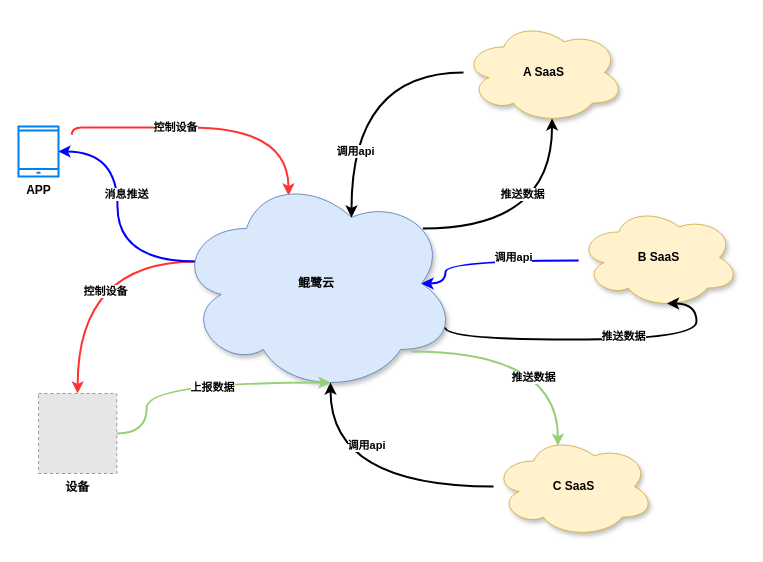
Above: cloud_open.drawio in jimmy0/chart (draw.io), before the change. Source tidied: cells renumbered, new cells numbered last; positions are measured from the earlier drawing's top-left corner, leaving out a move shared by most shapes. Both pictures are drawn from the tidied source at 100%, with x=0, y=0 at pixel (18, 21). Pictures stored in the file or linked from it are replaced by grey dashed boxes.
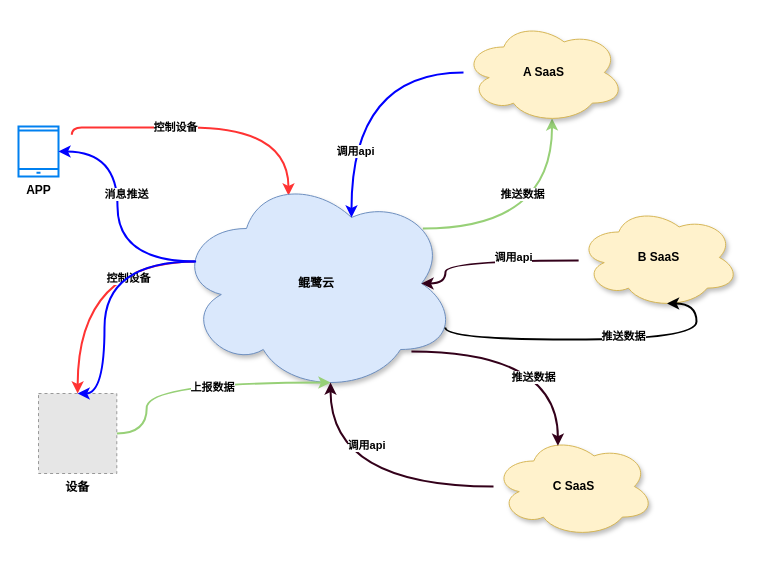
Above is the later version.

Unchanged cells that the change refers to:
```xml
<mxCell id="7" style="edgeStyle=orthogonalEdgeStyle;rounded=0;jettySize=auto;html=1;curved=1;entryX=0.5;entryY=0;entryDx=0;entryDy=0;fontStyle=1;exitX=0.07;exitY=0.4;exitDx=0;exitDy=0;exitPerimeter=0;strokeWidth=2;strokeColor=#FF3333;" parent="1" edge="1" source="11" target="17">
  <mxGeometry relative="1" as="geometry" />
</mxCell>
<mxCell id="11" value="鲲鹭云" style="ellipse;shape=cloud;whiteSpace=wrap;html=1;fillColor=#dae8fc;strokeColor=#6c8ebf;shadow=1;fontStyle=1;" parent="1" vertex="1">
  <mxGeometry x="158" y="152" width="280" height="220" as="geometry" />
</mxCell>
<mxCell id="14" value="A SaaS" style="ellipse;shape=cloud;whiteSpace=wrap;html=1;fillColor=#fff2cc;strokeColor=#d6b656;shadow=1;fontStyle=1;" parent="1" vertex="1">
  <mxGeometry x="445" width="161" height="102" as="geometry" />
</mxCell>
<mxCell id="17" value="设备" style="fillColor=#E6E6E6;strokeColor=#999999;dashed=1;verticalLabelPosition=bottom;labelBackgroundColor=#ffffff;verticalAlign=top;fontStyle=1;" parent="1" vertex="1">
  <mxGeometry x="20" y="372" width="78.3" height="80" as="geometry" />
</mxCell>
<mxCell id="18" value="B SaaS" style="ellipse;shape=cloud;whiteSpace=wrap;html=1;fillColor=#fff2cc;strokeColor=#d6b656;shadow=1;fontStyle=1;" parent="1" vertex="1">
  <mxGeometry x="560" y="185" width="161" height="102" as="geometry" />
</mxCell>
<mxCell id="25" value="C SaaS" style="ellipse;shape=cloud;whiteSpace=wrap;html=1;fillColor=#fff2cc;strokeColor=#d6b656;shadow=1;fontStyle=1;" parent="1" vertex="1">
  <mxGeometry x="475" y="414" width="161" height="102" as="geometry" />
</mxCell>
```

Change to the diagram source:
```diff
@@
-    <mxCell id="5" style="edgeStyle=orthogonalEdgeStyle;rounded=0;jettySize=auto;html=1;entryX=0.55;entryY=0.95;entryDx=0;entryDy=0;entryPerimeter=0;elbow=vertical;curved=1;fontStyle=1;exitX=0.88;exitY=0.25;exitDx=0;exitDy=0;exitPerimeter=0;strokeWidth=2;" parent="1" edge="1" source="11" target="14">
+    <mxCell id="5" style="edgeStyle=orthogonalEdgeStyle;rounded=0;jettySize=auto;html=1;entryX=0.55;entryY=0.95;entryDx=0;entryDy=0;entryPerimeter=0;elbow=vertical;curved=1;fontStyle=1;exitX=0.88;exitY=0.25;exitDx=0;exitDy=0;exitPerimeter=0;strokeWidth=2;strokeColor=#97D077;" parent="1" edge="1" source="11" target="14">
       <mxGeometry relative="1" as="geometry" />
     </mxCell>
@@
     <mxCell id="8" value="控制设备" style="edgeLabel;html=1;align=center;verticalAlign=middle;fontStyle=1;" parent="7" vertex="1">
       <mxGeometry x="-0.21" y="-4" relative="1" as="geometry">
-        <mxPoint x="8" y="33" as="offset" />
+        <mxPoint x="31" y="20" as="offset" />
       </mxGeometry>
     </mxCell>
@@
-    <mxCell id="12" style="rounded=0;jettySize=auto;html=1;edgeStyle=orthogonalEdgeStyle;curved=1;fontStyle=1;entryX=0.625;entryY=0.2;entryDx=0;entryDy=0;entryPerimeter=0;strokeWidth=2;" parent="1" edge="1" source="14" target="11">
+    <mxCell id="12" style="rounded=0;jettySize=auto;html=1;edgeStyle=orthogonalEdgeStyle;curved=1;fontStyle=1;entryX=0.625;entryY=0.2;entryDx=0;entryDy=0;entryPerimeter=0;strokeWidth=2;strokeColor=#0000FF;" parent="1" edge="1" source="14" target="11">
       <mxGeometry relative="1" as="geometry" />
     </mxCell>
@@
-    <mxCell id="21" style="rounded=0;jettySize=auto;html=1;edgeStyle=orthogonalEdgeStyle;curved=1;fontStyle=1;entryX=0.875;entryY=0.5;entryDx=0;entryDy=0;entryPerimeter=0;strokeWidth=2;strokeColor=#0000FF;" parent="1" edge="1" source="18" target="11">
+    <mxCell id="21" style="rounded=0;jettySize=auto;html=1;edgeStyle=orthogonalEdgeStyle;curved=1;fontStyle=1;entryX=0.875;entryY=0.5;entryDx=0;entryDy=0;entryPerimeter=0;strokeWidth=2;strokeColor=#33001A;" parent="1" edge="1" source="18" target="11">
       <mxGeometry relative="1" as="geometry">
         <Array as="points">
           <mxPoint x="427" y="239" />
         </Array>
       </mxGeometry>
     </mxCell>
@@
-    <mxCell id="23" style="rounded=0;jettySize=auto;html=1;edgeStyle=orthogonalEdgeStyle;curved=1;fontStyle=1;entryX=0.55;entryY=0.95;entryDx=0;entryDy=0;entryPerimeter=0;strokeWidth=2;" parent="1" edge="1" source="25" target="11">
+    <mxCell id="23" style="rounded=0;jettySize=auto;html=1;edgeStyle=orthogonalEdgeStyle;curved=1;fontStyle=1;entryX=0.55;entryY=0.95;entryDx=0;entryDy=0;entryPerimeter=0;strokeWidth=2;strokeColor=#33001A;" parent="1" edge="1" source="25" target="11">
       <mxGeometry relative="1" as="geometry" />
     </mxCell>
@@
-    <mxCell id="26" style="edgeStyle=orthogonalEdgeStyle;rounded=0;jettySize=auto;html=1;entryX=0.4;entryY=0.1;entryDx=0;entryDy=0;entryPerimeter=0;elbow=vertical;curved=1;fontStyle=1;exitX=0.839;exitY=0.809;exitDx=0;exitDy=0;exitPerimeter=0;strokeColor=#97D077;strokeWidth=2;" parent="1" edge="1" source="11" target="25">
+    <mxCell id="26" style="edgeStyle=orthogonalEdgeStyle;rounded=0;jettySize=auto;html=1;entryX=0.4;entryY=0.1;entryDx=0;entryDy=0;entryPerimeter=0;elbow=vertical;curved=1;fontStyle=1;exitX=0.839;exitY=0.809;exitDx=0;exitDy=0;exitPerimeter=0;strokeWidth=2;strokeColor=#33001A;" parent="1" edge="1" source="11" target="25">
       <mxGeometry relative="1" as="geometry" />
     </mxCell>
@@
+    <mxCell id="28" style="edgeStyle=orthogonalEdgeStyle;rounded=0;jettySize=auto;html=1;curved=1;entryX=0.5;entryY=0;entryDx=0;entryDy=0;fontStyle=1;exitX=0.07;exitY=0.4;exitDx=0;exitDy=0;exitPerimeter=0;strokeWidth=2;strokeColor=#0000FF;" parent="1" edge="1" source="11" target="17">
+      <mxGeometry relative="1" as="geometry">
+        <Array as="points">
+          <mxPoint x="86" y="240" />
+          <mxPoint x="86" y="372" />
+        </Array>
+      </mxGeometry>
+    </mxCell>
```
